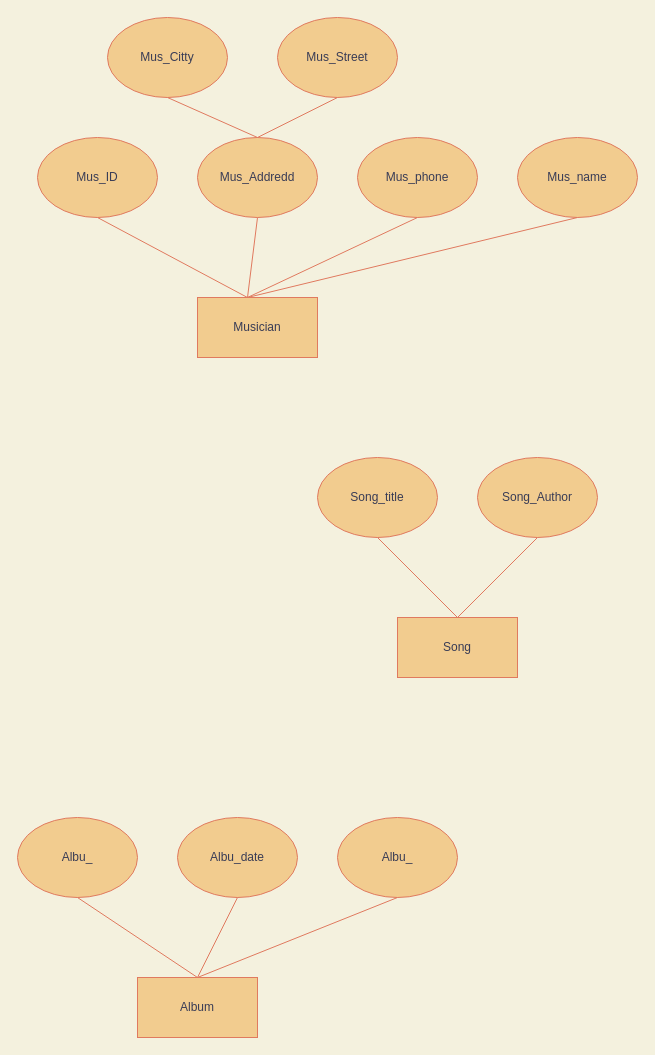
Above: Musicana Diagram.drawio in DreamEcho100/SP21-database-system-1-spring-2021-IS211-ISY-211-practical-groups-b (draw.io), before the change. Source tidied: cells renumbered, new cells numbered last; positions are measured from the earlier drawing's top-left corner, leaving out a move shared by most shapes. Both pictures are drawn from the tidied source at 100%, with x=0, y=0 at pixel (17, 17).
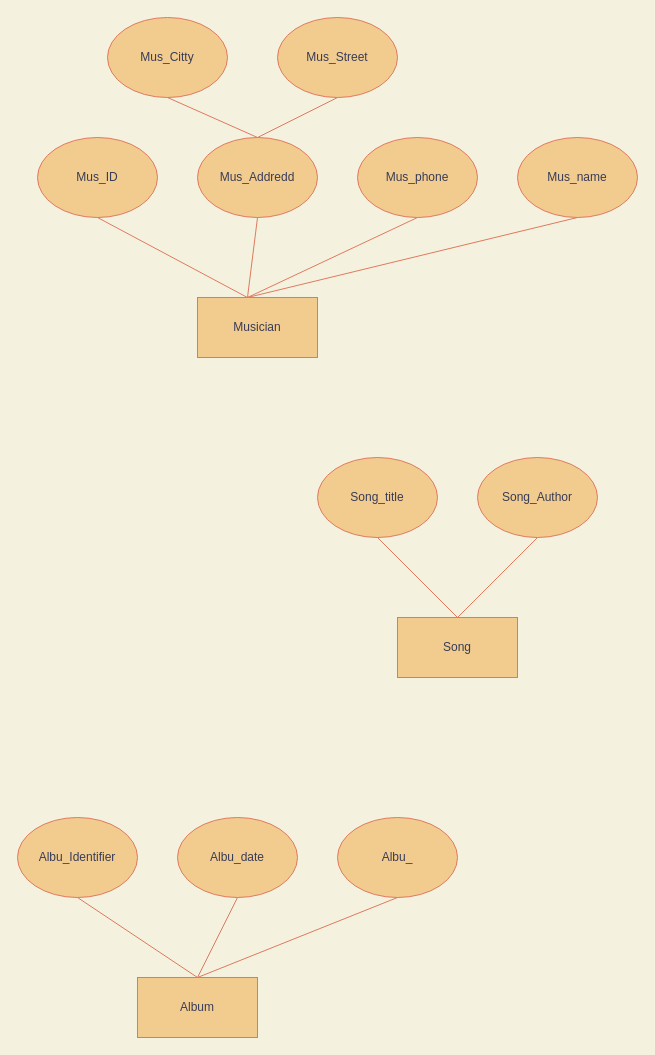
Above is the later version.

Diff of the diagram source:
```diff
@@
-    <mxCell id="16" value="Albu_" style="ellipse;whiteSpace=wrap;html=1;fillColor=#F2CC8F;strokeColor=#E07A5F;fontColor=#393C56;" parent="1" vertex="1">
+    <mxCell id="16" value="Albu_Identifier" style="ellipse;whiteSpace=wrap;html=1;fillColor=#F2CC8F;strokeColor=#E07A5F;fontColor=#393C56;" parent="1" vertex="1">
       <mxGeometry y="800" width="120" height="80" as="geometry" />
     </mxCell>
```
